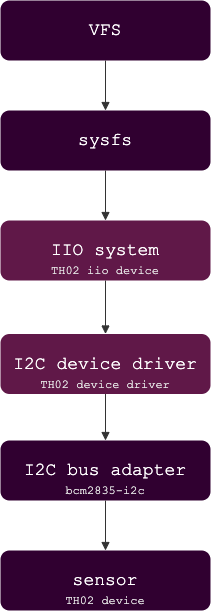
Before: posts/i2c-driver_1.png, a diagram exported from draw.io (YuShuanHsieh/yushuanhsieh.github.io). Source tidied: cells renumbered, new cells last; positions are measured from the earlier drawing's top-left corner, leaving out a move shared by most shapes. Its diagram source:
```xml
<mxGraphModel>
  <root>
    <mxCell id="0" />
    <mxCell id="1" parent="0" />
    <mxCell id="2" value="IIO system" style="rounded=1;whiteSpace=wrap;html=1;strokeColor=none;fillColor=#601848;fontColor=#FFFFFF;strokeWidth=1;fontSize=18;fontFamily=Courier New;" parent="1" vertex="1">
      <mxGeometry y="220" width="210" height="60" as="geometry" />
    </mxCell>
    <mxCell id="3" value="I2C device driver" style="rounded=1;whiteSpace=wrap;html=1;strokeColor=none;fillColor=#601848;fontColor=#FFFFFF;strokeWidth=1;fontSize=18;fontFamily=Courier New;" parent="1" vertex="1">
      <mxGeometry y="333.5" width="210" height="60" as="geometry" />
    </mxCell>
    <mxCell id="4" value="I2C bus adapter" style="rounded=1;whiteSpace=wrap;html=1;strokeColor=none;fontColor=#FFFFFF;strokeWidth=1;fontSize=18;fontFamily=Courier New;fillColor=#300030;" parent="1" vertex="1">
      <mxGeometry y="440" width="210" height="60" as="geometry" />
    </mxCell>
    <mxCell id="5" value="sysfs" style="rounded=1;whiteSpace=wrap;html=1;strokeColor=none;fontColor=#FFFFFF;strokeWidth=1;fontSize=18;fontFamily=Courier New;fillColor=#300030;" parent="1" vertex="1">
      <mxGeometry y="110" width="210" height="60" as="geometry" />
    </mxCell>
    <mxCell id="6" value="VFS" style="rounded=1;whiteSpace=wrap;html=1;strokeColor=none;fontColor=#FFFFFF;strokeWidth=1;fontSize=18;fontFamily=Courier New;fillColor=#300030;" parent="1" vertex="1">
      <mxGeometry width="210" height="60" as="geometry" />
    </mxCell>
    <mxCell id="7" value="sensor" style="rounded=1;whiteSpace=wrap;html=1;strokeColor=none;fontColor=#FFFFFF;strokeWidth=1;fontSize=18;fontFamily=Courier New;fillColor=#300030;" parent="1" vertex="1">
      <mxGeometry y="550" width="210" height="60" as="geometry" />
    </mxCell>
    <mxCell id="8" value="bcm2835-i2c" style="text;html=1;strokeColor=none;fillColor=none;align=center;verticalAlign=middle;whiteSpace=wrap;rounded=0;fontFamily=Courier New;fontSize=12;fontColor=#E6E6E6;" parent="1" vertex="1">
      <mxGeometry x="20" y="480" width="170" height="20" as="geometry" />
    </mxCell>
    <mxCell id="9" value="TH02 device driver" style="text;html=1;strokeColor=none;fillColor=none;align=center;verticalAlign=middle;whiteSpace=wrap;rounded=0;fontFamily=Courier New;fontSize=12;fontColor=#E6E6E6;" parent="1" vertex="1">
      <mxGeometry x="20" y="373.5" width="170" height="20" as="geometry" />
    </mxCell>
    <mxCell id="10" value="TH02 iio device" style="text;html=1;strokeColor=none;fillColor=none;align=center;verticalAlign=middle;whiteSpace=wrap;rounded=0;fontFamily=Courier New;fontSize=12;fontColor=#E6E6E6;" parent="1" vertex="1">
      <mxGeometry x="20" y="260" width="170" height="20" as="geometry" />
    </mxCell>
    <mxCell id="11" value="TH02 device" style="text;html=1;strokeColor=none;fillColor=none;align=center;verticalAlign=middle;whiteSpace=wrap;rounded=0;fontFamily=Courier New;fontSize=12;fontColor=#E6E6E6;" parent="1" vertex="1">
      <mxGeometry x="20" y="590" width="170" height="20" as="geometry" />
    </mxCell>
    <mxCell id="12" style="endArrow=block;html=1;fontFamily=Courier New;fontSize=12;fontColor=#E6E6E6;exitX=0.5;exitY=1;exitDx=0;exitDy=0;endFill=1;strokeWidth=1;strokeColor=#333333;" parent="1" edge="1" source="6" target="5">
      <mxGeometry relative="1" as="geometry" />
    </mxCell>
    <mxCell id="13" style="endArrow=block;html=1;fontFamily=Courier New;fontSize=12;fontColor=#E6E6E6;exitX=0.5;exitY=1;exitDx=0;exitDy=0;endFill=1;strokeWidth=1;strokeColor=#333333;entryX=0.5;entryY=0;entryDx=0;entryDy=0;" parent="1" edge="1" source="5" target="2">
      <mxGeometry relative="1" as="geometry" />
    </mxCell>
    <mxCell id="14" style="endArrow=block;html=1;fontFamily=Courier New;fontSize=12;fontColor=#E6E6E6;exitX=0.5;exitY=1;exitDx=0;exitDy=0;endFill=1;strokeWidth=1;strokeColor=#333333;entryX=0.5;entryY=0;entryDx=0;entryDy=0;" parent="1" edge="1" source="10" target="3">
      <mxGeometry relative="1" as="geometry" />
    </mxCell>
    <mxCell id="15" style="endArrow=block;html=1;fontFamily=Courier New;fontSize=12;fontColor=#E6E6E6;exitX=0.5;exitY=1;exitDx=0;exitDy=0;endFill=1;strokeWidth=1;strokeColor=#333333;entryX=0.5;entryY=0;entryDx=0;entryDy=0;" parent="1" edge="1" source="9" target="4">
      <mxGeometry relative="1" as="geometry" />
    </mxCell>
    <mxCell id="16" style="endArrow=block;html=1;fontFamily=Courier New;fontSize=12;fontColor=#E6E6E6;exitX=0.5;exitY=1;exitDx=0;exitDy=0;endFill=1;strokeWidth=1;strokeColor=#333333;" parent="1" edge="1" source="8" target="7">
      <mxGeometry relative="1" as="geometry" />
    </mxCell>
  </root>
</mxGraphModel>
```
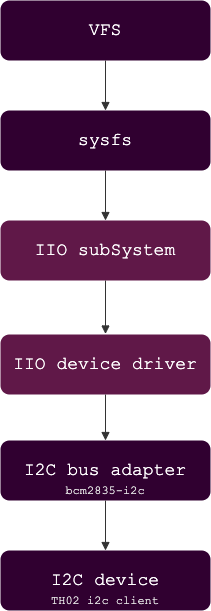
Above is the later version.

Commit message:
fix some incorrect content about th02 device driver

The edit, as a diff of the source:
```diff
@@ -2,50 +2,47 @@
   <root>
     <mxCell id="0" />
     <mxCell id="1" parent="0" />
-    <mxCell id="2" value="IIO system" style="rounded=1;whiteSpace=wrap;html=1;strokeColor=none;fillColor=#601848;fontColor=#FFFFFF;strokeWidth=1;fontSize=18;fontFamily=Courier New;" parent="1" vertex="1">
+    <mxCell id="2" value="IIO subSystem" style="rounded=1;whiteSpace=wrap;html=1;strokeColor=none;fillColor=#601848;fontColor=#FFFFFF;strokeWidth=1;fontSize=18;fontFamily=Courier New;" parent="1" vertex="1">
       <mxGeometry y="220" width="210" height="60" as="geometry" />
     </mxCell>
-    <mxCell id="3" value="I2C device driver" style="rounded=1;whiteSpace=wrap;html=1;strokeColor=none;fillColor=#601848;fontColor=#FFFFFF;strokeWidth=1;fontSize=18;fontFamily=Courier New;" parent="1" vertex="1">
-      <mxGeometry y="333.5" width="210" height="60" as="geometry" />
+    <mxCell id="3" value="I2C bus adapter" style="rounded=1;whiteSpace=wrap;html=1;strokeColor=none;fontColor=#FFFFFF;strokeWidth=1;fontSize=18;fontFamily=Courier New;fillColor=#300030;" parent="1" vertex="1">
+      <mxGeometry y="440" width="210" height="60" as="geometry" />
     </mxCell>
-    <mxCell id="4" value="I2C bus adapter" style="rounded=1;whiteSpace=wrap;html=1;strokeColor=none;fontColor=#FFFFFF;strokeWidth=1;fontSize=18;fontFamily=Courier New;fillColor=#300030;" parent="1" vertex="1">
-      <mxGeometry y="440" width="210" height="60" as="geometry" />
+    <mxCell id="4" value="sysfs" style="rounded=1;whiteSpace=wrap;html=1;strokeColor=none;fontColor=#FFFFFF;strokeWidth=1;fontSize=18;fontFamily=Courier New;fillColor=#300030;" parent="1" vertex="1">
+      <mxGeometry y="110" width="210" height="60" as="geometry" />
     </mxCell>
-    <mxCell id="5" value="sysfs" style="rounded=1;whiteSpace=wrap;html=1;strokeColor=none;fontColor=#FFFFFF;strokeWidth=1;fontSize=18;fontFamily=Courier New;fillColor=#300030;" parent="1" vertex="1">
-      <mxGeometry y="110" width="210" height="60" as="geometry" />
+    <mxCell id="5" value="VFS" style="rounded=1;whiteSpace=wrap;html=1;strokeColor=none;fontColor=#FFFFFF;strokeWidth=1;fontSize=18;fontFamily=Courier New;fillColor=#300030;" parent="1" vertex="1">
+      <mxGeometry width="210" height="60" as="geometry" />
     </mxCell>
-    <mxCell id="6" value="VFS" style="rounded=1;whiteSpace=wrap;html=1;strokeColor=none;fontColor=#FFFFFF;strokeWidth=1;fontSize=18;fontFamily=Courier New;fillColor=#300030;" parent="1" vertex="1">
-      <mxGeometry width="210" height="60" as="geometry" />
+    <mxCell id="6" value="I2C device" style="rounded=1;whiteSpace=wrap;html=1;strokeColor=none;fontColor=#FFFFFF;strokeWidth=1;fontSize=18;fontFamily=Courier New;fillColor=#300030;" parent="1" vertex="1">
+      <mxGeometry y="550" width="210" height="60" as="geometry" />
     </mxCell>
-    <mxCell id="7" value="sensor" style="rounded=1;whiteSpace=wrap;html=1;strokeColor=none;fontColor=#FFFFFF;strokeWidth=1;fontSize=18;fontFamily=Courier New;fillColor=#300030;" parent="1" vertex="1">
-      <mxGeometry y="550" width="210" height="60" as="geometry" />
+    <mxCell id="7" value="bcm2835-i2c" style="text;html=1;strokeColor=none;fillColor=none;align=center;verticalAlign=middle;whiteSpace=wrap;rounded=0;fontFamily=Courier New;fontSize=12;fontColor=#E6E6E6;" parent="1" vertex="1">
+      <mxGeometry x="20" y="480" width="170" height="20" as="geometry" />
     </mxCell>
-    <mxCell id="8" value="bcm2835-i2c" style="text;html=1;strokeColor=none;fillColor=none;align=center;verticalAlign=middle;whiteSpace=wrap;rounded=0;fontFamily=Courier New;fontSize=12;fontColor=#E6E6E6;" parent="1" vertex="1">
-      <mxGeometry x="20" y="480" width="170" height="20" as="geometry" />
+    <mxCell id="8" value="TH02 i2c client" style="text;html=1;strokeColor=none;fillColor=none;align=center;verticalAlign=middle;whiteSpace=wrap;rounded=0;fontFamily=Courier New;fontSize=12;fontColor=#E6E6E6;" parent="1" vertex="1">
+      <mxGeometry x="20" y="590" width="170" height="20" as="geometry" />
     </mxCell>
-    <mxCell id="9" value="TH02 device driver" style="text;html=1;strokeColor=none;fillColor=none;align=center;verticalAlign=middle;whiteSpace=wrap;rounded=0;fontFamily=Courier New;fontSize=12;fontColor=#E6E6E6;" parent="1" vertex="1">
-      <mxGeometry x="20" y="373.5" width="170" height="20" as="geometry" />
+    <mxCell id="9" style="endArrow=block;html=1;fontFamily=Courier New;fontSize=12;fontColor=#E6E6E6;exitX=0.5;exitY=1;exitDx=0;exitDy=0;endFill=1;strokeWidth=1;strokeColor=#333333;" parent="1" edge="1" source="5" target="4">
+      <mxGeometry relative="1" as="geometry" />
     </mxCell>
-    <mxCell id="10" value="TH02 iio device" style="text;html=1;strokeColor=none;fillColor=none;align=center;verticalAlign=middle;whiteSpace=wrap;rounded=0;fontFamily=Courier New;fontSize=12;fontColor=#E6E6E6;" parent="1" vertex="1">
-      <mxGeometry x="20" y="260" width="170" height="20" as="geometry" />
+    <mxCell id="10" style="endArrow=block;html=1;fontFamily=Courier New;fontSize=12;fontColor=#E6E6E6;exitX=0.5;exitY=1;exitDx=0;exitDy=0;endFill=1;strokeWidth=1;strokeColor=#333333;entryX=0.5;entryY=0;entryDx=0;entryDy=0;" parent="1" edge="1" source="4" target="2">
+      <mxGeometry relative="1" as="geometry" />
     </mxCell>
-    <mxCell id="11" value="TH02 device" style="text;html=1;strokeColor=none;fillColor=none;align=center;verticalAlign=middle;whiteSpace=wrap;rounded=0;fontFamily=Courier New;fontSize=12;fontColor=#E6E6E6;" parent="1" vertex="1">
-      <mxGeometry x="20" y="590" width="170" height="20" as="geometry" />
+    <mxCell id="11" style="endArrow=block;html=1;fontFamily=Courier New;fontSize=12;fontColor=#E6E6E6;exitX=0.5;exitY=1;exitDx=0;exitDy=0;endFill=1;strokeWidth=1;strokeColor=#333333;entryX=0.5;entryY=0;entryDx=0;entryDy=0;" parent="1" edge="1">
+      <mxGeometry relative="1" as="geometry">
+        <mxPoint x="105" y="280" as="sourcePoint" />
+        <mxPoint x="105" y="333.5" as="targetPoint" />
+      </mxGeometry>
     </mxCell>
-    <mxCell id="12" style="endArrow=block;html=1;fontFamily=Courier New;fontSize=12;fontColor=#E6E6E6;exitX=0.5;exitY=1;exitDx=0;exitDy=0;endFill=1;strokeWidth=1;strokeColor=#333333;" parent="1" edge="1" source="6" target="5">
+    <mxCell id="12" style="endArrow=block;html=1;fontFamily=Courier New;fontSize=12;fontColor=#E6E6E6;exitX=0.5;exitY=1;exitDx=0;exitDy=0;endFill=1;strokeWidth=1;strokeColor=#333333;" parent="1" edge="1" source="7" target="6">
       <mxGeometry relative="1" as="geometry" />
     </mxCell>
-    <mxCell id="13" style="endArrow=block;html=1;fontFamily=Courier New;fontSize=12;fontColor=#E6E6E6;exitX=0.5;exitY=1;exitDx=0;exitDy=0;endFill=1;strokeWidth=1;strokeColor=#333333;entryX=0.5;entryY=0;entryDx=0;entryDy=0;" parent="1" edge="1" source="5" target="2">
-      <mxGeometry relative="1" as="geometry" />
+    <mxCell id="13" value="IIO device driver" style="rounded=1;whiteSpace=wrap;html=1;strokeColor=none;fillColor=#601848;fontColor=#FFFFFF;strokeWidth=1;fontSize=18;fontFamily=Courier New;" parent="1" vertex="1">
+      <mxGeometry y="334" width="210" height="60" as="geometry" />
     </mxCell>
-    <mxCell id="14" style="endArrow=block;html=1;fontFamily=Courier New;fontSize=12;fontColor=#E6E6E6;exitX=0.5;exitY=1;exitDx=0;exitDy=0;endFill=1;strokeWidth=1;strokeColor=#333333;entryX=0.5;entryY=0;entryDx=0;entryDy=0;" parent="1" edge="1" source="10" target="3">
+    <mxCell id="14" style="endArrow=block;html=1;fontFamily=Courier New;fontSize=12;fontColor=#E6E6E6;exitX=0.5;exitY=1;exitDx=0;exitDy=0;endFill=1;strokeWidth=1;strokeColor=#333333;" parent="1" edge="1" source="13" target="3">
       <mxGeometry relative="1" as="geometry" />
     </mxCell>
-    <mxCell id="15" style="endArrow=block;html=1;fontFamily=Courier New;fontSize=12;fontColor=#E6E6E6;exitX=0.5;exitY=1;exitDx=0;exitDy=0;endFill=1;strokeWidth=1;strokeColor=#333333;entryX=0.5;entryY=0;entryDx=0;entryDy=0;" parent="1" edge="1" source="9" target="4">
-      <mxGeometry relative="1" as="geometry" />
-    </mxCell>
-    <mxCell id="16" style="endArrow=block;html=1;fontFamily=Courier New;fontSize=12;fontColor=#E6E6E6;exitX=0.5;exitY=1;exitDx=0;exitDy=0;endFill=1;strokeWidth=1;strokeColor=#333333;" parent="1" edge="1" source="8" target="7">
-      <mxGeometry relative="1" as="geometry" />
-    </mxCell>
   </root>
 </mxGraphModel>
```
